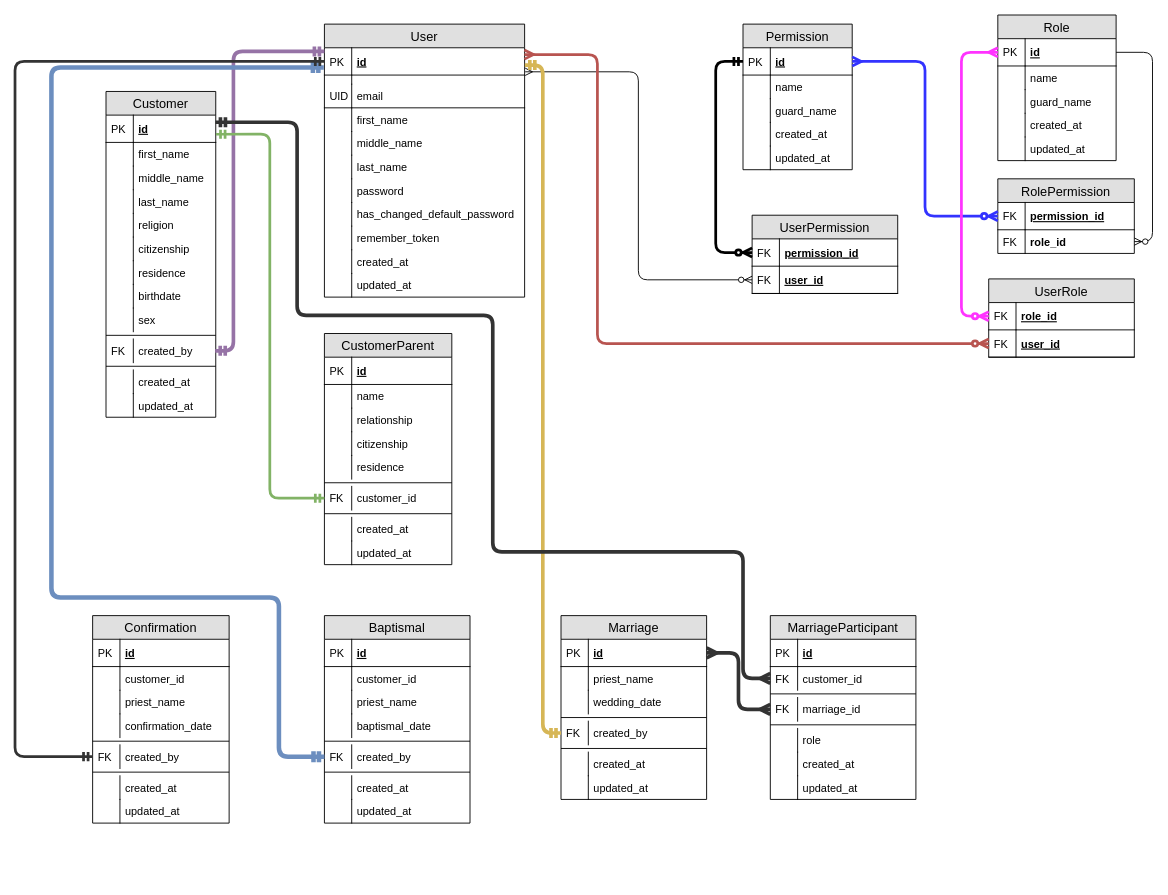
Before: Untitled Diagram.drawio in suicodave/CkParish, a draw.io diagram. Source tidied: cells renumbered, new cells numbered last; positions are measured from the earlier drawing's top-left corner, leaving out a move shared by most shapes. Both pictures are drawn from the tidied source at 91%, with x=0, y=0 at pixel (15, 15).
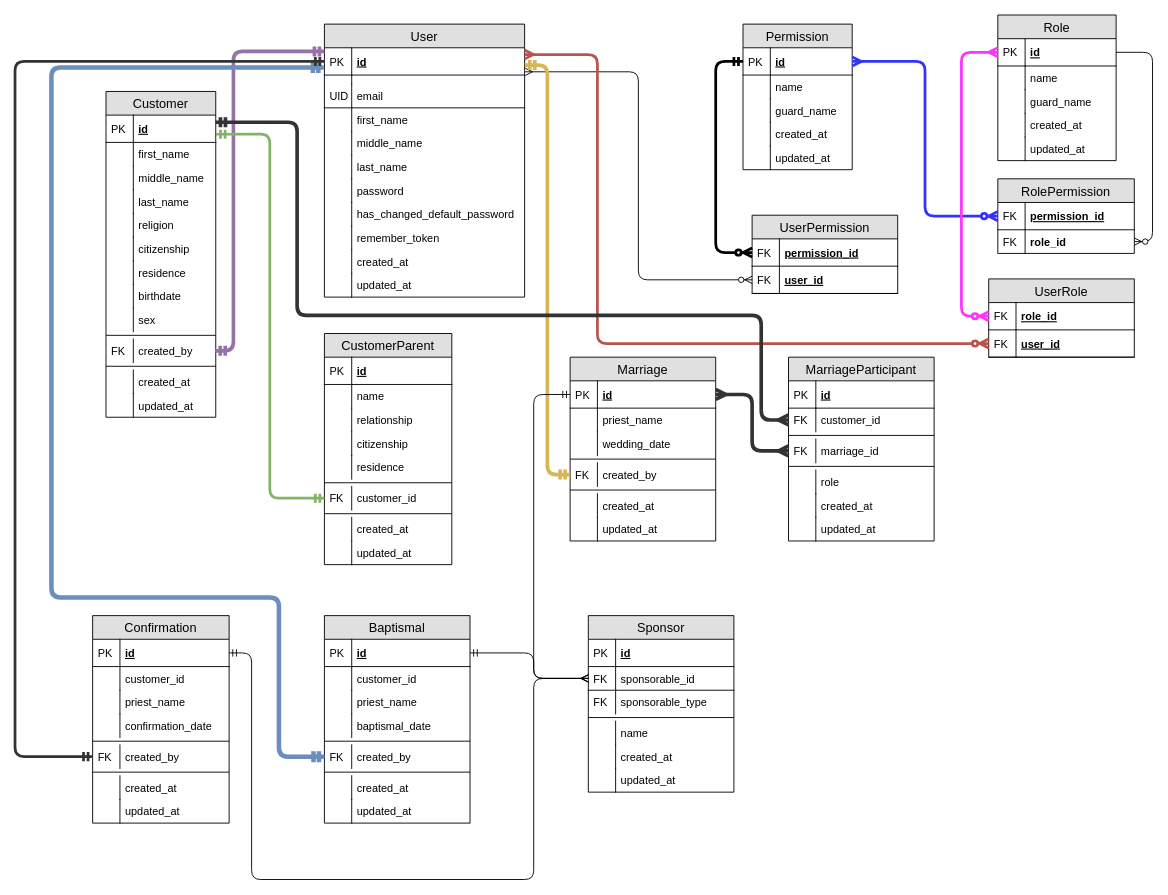
Above is the later version.

Commit message:
completed erd

The change refers to these unchanged cells:
```xml
<mxCell id="69" value="id" style="shape=partialRectangle;top=0;left=0;right=0;bottom=1;align=left;verticalAlign=middle;fillColor=none;spacingLeft=34;spacingRight=4;overflow=hidden;points=[[0,0.5],[1,0.5]];portConstraint=eastwest;fontStyle=5;fontSize=12;" parent="68" vertex="1">
  <mxGeometry y="26" width="120.6" height="30" as="geometry" />
</mxCell>
<mxCell id="117" value="id" style="shape=partialRectangle;top=0;left=0;right=0;bottom=1;align=left;verticalAlign=middle;fillColor=none;spacingLeft=34;spacingRight=4;overflow=hidden;points=[[0,0.5],[1,0.5]];portConstraint=eastwest;fontStyle=5;fontSize=12;" parent="116" vertex="1">
  <mxGeometry y="26" width="160" height="30" as="geometry" />
</mxCell>
<mxCell id="135" value="id" style="shape=partialRectangle;top=0;left=0;right=0;bottom=1;align=left;verticalAlign=middle;fillColor=none;spacingLeft=34;spacingRight=4;overflow=hidden;points=[[0,0.5],[1,0.5]];portConstraint=eastwest;fontStyle=5;fontSize=12;" parent="134" vertex="1">
  <mxGeometry y="26" width="150" height="30" as="geometry" />
</mxCell>
<mxCell id="153" value="id" style="shape=partialRectangle;top=0;left=0;right=0;bottom=1;align=left;verticalAlign=middle;fillColor=none;spacingLeft=34;spacingRight=4;overflow=hidden;points=[[0,0.5],[1,0.5]];portConstraint=eastwest;fontStyle=5;fontSize=12;" parent="152" vertex="1">
  <mxGeometry y="26" width="160" height="30" as="geometry" />
</mxCell>
<mxCell id="171" value="customer_id" style="shape=partialRectangle;top=0;left=0;right=0;bottom=0;align=left;verticalAlign=top;fillColor=none;spacingLeft=34;spacingRight=4;overflow=hidden;points=[[0,0.5],[1,0.5]];portConstraint=eastwest;fontSize=12;" parent="168" vertex="1">
  <mxGeometry y="56" width="160" height="26" as="geometry" />
</mxCell>
```

What changed in the source:
```diff
@@
     <mxCell id="152" value="Marriage" style="swimlane;fontStyle=0;horizontal=1;startSize=26;fillColor=#e0e0e0;swimlaneFillColor=#ffffff;align=center;fontSize=14;shadow=0;comic=0;strokeColor=#000000;strokeWidth=1;" parent="1" vertex="1">
-      <mxGeometry x="600" y="660" width="160" height="202" as="geometry" />
+      <mxGeometry x="610" y="376" width="160" height="202" as="geometry" />
     </mxCell>
@@
     <mxCell id="168" value="MarriageParticipant" style="swimlane;fontStyle=0;horizontal=1;startSize=26;fillColor=#e0e0e0;swimlaneFillColor=#ffffff;align=center;fontSize=14;shadow=0;comic=0;strokeColor=#000000;strokeWidth=1;" parent="1" vertex="1">
-      <mxGeometry x="830" y="660" width="160" height="202" as="geometry" />
+      <mxGeometry x="850" y="376" width="160" height="202" as="geometry" />
     </mxCell>
@@
     <mxCell id="184" style="edgeStyle=orthogonalEdgeStyle;rounded=1;jettySize=auto;html=1;exitX=0.997;exitY=0.26;exitDx=0;exitDy=0;startArrow=ERmandOne;startFill=0;endArrow=ERmany;endFill=0;strokeColor=#333333;strokeWidth=4;fontSize=9;exitPerimeter=0;" parent="1" edge="1" source="69" target="171">
       <mxGeometry relative="1" as="geometry">
         <Array as="points">
           <mxPoint x="310" y="118" />
           <mxPoint x="310" y="330" />
-          <mxPoint x="525" y="330" />
-          <mxPoint x="525" y="590" />
-          <mxPoint x="800" y="590" />
-          <mxPoint x="800" y="729" />
+          <mxPoint x="820" y="330" />
+          <mxPoint x="820" y="445" />
         </Array>
       </mxGeometry>
     </mxCell>
+    <mxCell id="185" value="Sponsor" style="swimlane;fontStyle=0;horizontal=1;startSize=26;fillColor=#e0e0e0;swimlaneFillColor=#ffffff;align=center;fontSize=14;shadow=0;comic=0;strokeColor=#000000;strokeWidth=1;" parent="1" vertex="1">
+      <mxGeometry x="630" y="660" width="160" height="194" as="geometry" />
+    </mxCell>
+    <mxCell id="186" value="id" style="shape=partialRectangle;top=0;left=0;right=0;bottom=1;align=left;verticalAlign=middle;fillColor=none;spacingLeft=34;spacingRight=4;overflow=hidden;fontStyle=5;fontSize=12;" parent="185" vertex="1">
+      <mxGeometry y="26" width="160" height="30" as="geometry" />
+    </mxCell>
+    <mxCell id="187" value="PK" style="shape=partialRectangle;top=0;left=0;bottom=0;fillColor=none;align=left;verticalAlign=middle;spacingLeft=4;spacingRight=4;overflow=hidden;fontSize=12;" parent="186" vertex="1">
+      <mxGeometry width="30" height="30" as="geometry" />
+    </mxCell>
+    <mxCell id="188" value="sponsorable_id" style="shape=partialRectangle;top=0;left=0;right=0;bottom=1;align=left;verticalAlign=top;fillColor=none;spacingLeft=34;spacingRight=4;overflow=hidden;points=[[0,0.5],[1,0.5]];portConstraint=eastwest;fontSize=12;" parent="185" vertex="1">
+      <mxGeometry y="56" width="160" height="26" as="geometry" />
+    </mxCell>
+    <mxCell id="189" value="FK" style="shape=partialRectangle;top=0;left=0;bottom=0;fillColor=none;align=left;verticalAlign=top;spacingLeft=4;spacingRight=4;overflow=hidden;fontSize=12;" parent="188" vertex="1">
+      <mxGeometry width="30" height="26" as="geometry" />
+    </mxCell>
+    <mxCell id="190" value="sponsorable_type" style="shape=partialRectangle;top=0;left=0;right=0;bottom=0;align=left;verticalAlign=top;fillColor=none;spacingLeft=34;spacingRight=4;overflow=hidden;fontSize=12;" parent="185" vertex="1">
+      <mxGeometry y="82" width="160" height="26" as="geometry" />
+    </mxCell>
+    <mxCell id="191" value="FK" style="shape=partialRectangle;top=0;left=0;bottom=0;fillColor=none;align=left;verticalAlign=top;spacingLeft=4;spacingRight=4;overflow=hidden;fontSize=12;" parent="190" vertex="1">
+      <mxGeometry width="30" height="26" as="geometry" />
+    </mxCell>
+    <mxCell id="192" style="line;strokeWidth=1;fillColor=none;align=left;verticalAlign=middle;spacingTop=-1;spacingLeft=3;spacingRight=3;labelPosition=right;fontSize=12;shadow=0;comic=0;" parent="185" vertex="1">
+      <mxGeometry y="108" width="160" height="8" as="geometry" />
+    </mxCell>
+    <mxCell id="193" value="name" style="shape=partialRectangle;top=0;left=0;right=0;bottom=0;align=left;verticalAlign=top;fillColor=none;spacingLeft=34;spacingRight=4;overflow=hidden;fontSize=12;" parent="185" vertex="1">
+      <mxGeometry y="116" width="160" height="26" as="geometry" />
+    </mxCell>
+    <mxCell id="194" style="shape=partialRectangle;top=0;left=0;bottom=0;fillColor=none;align=left;verticalAlign=top;spacingLeft=4;spacingRight=4;overflow=hidden;fontSize=12;" parent="193" vertex="1">
+      <mxGeometry width="30" height="26" as="geometry" />
+    </mxCell>
+    <mxCell id="195" value="created_at" style="shape=partialRectangle;top=0;left=0;right=0;bottom=0;align=left;verticalAlign=top;fillColor=none;spacingLeft=34;spacingRight=4;overflow=hidden;fontSize=12;" parent="185" vertex="1">
+      <mxGeometry y="142" width="160" height="26" as="geometry" />
+    </mxCell>
+    <mxCell id="196" style="shape=partialRectangle;top=0;left=0;bottom=0;fillColor=none;align=left;verticalAlign=top;spacingLeft=4;spacingRight=4;overflow=hidden;fontSize=12;" parent="195" vertex="1">
+      <mxGeometry width="30" height="26" as="geometry" />
+    </mxCell>
+    <mxCell id="197" value="updated_at" style="shape=partialRectangle;top=0;left=0;right=0;bottom=0;align=left;verticalAlign=top;fillColor=none;spacingLeft=34;spacingRight=4;overflow=hidden;fontSize=12;" parent="185" vertex="1">
+      <mxGeometry y="168" width="160" height="26" as="geometry" />
+    </mxCell>
+    <mxCell id="198" style="shape=partialRectangle;top=0;left=0;bottom=0;fillColor=none;align=left;verticalAlign=top;spacingLeft=4;spacingRight=4;overflow=hidden;fontSize=12;" parent="197" vertex="1">
+      <mxGeometry width="30" height="26" as="geometry" />
+    </mxCell>
+    <mxCell id="199" style="edgeStyle=orthogonalEdgeStyle;rounded=1;jettySize=auto;html=1;exitX=1;exitY=0.5;exitDx=0;exitDy=0;startArrow=ERmandOne;startFill=0;entryX=0;entryY=0.5;entryDx=0;entryDy=0;endArrow=ERmany;endFill=0;" parent="1" edge="1" source="117" target="188">
+      <mxGeometry relative="1" as="geometry">
+        <Array as="points">
+          <mxPoint x="570" y="701" />
+          <mxPoint x="570" y="729" />
+        </Array>
+      </mxGeometry>
+    </mxCell>
+    <mxCell id="200" style="edgeStyle=orthogonalEdgeStyle;rounded=1;jettySize=auto;html=1;exitX=1;exitY=0.5;exitDx=0;exitDy=0;entryX=0;entryY=0.5;entryDx=0;entryDy=0;startArrow=ERmandOne;startFill=0;endArrow=ERmany;endFill=0;" parent="1" edge="1" source="135" target="188">
+      <mxGeometry relative="1" as="geometry">
+        <Array as="points">
+          <mxPoint x="260" y="701" />
+          <mxPoint x="260" y="950" />
+          <mxPoint x="570" y="950" />
+          <mxPoint x="570" y="729" />
+        </Array>
+      </mxGeometry>
+    </mxCell>
+    <mxCell id="201" style="edgeStyle=orthogonalEdgeStyle;rounded=1;jettySize=auto;html=1;exitX=0;exitY=0.5;exitDx=0;exitDy=0;entryX=0;entryY=0.5;entryDx=0;entryDy=0;startArrow=ERmandOne;startFill=0;endArrow=ERmany;endFill=0;" parent="1" edge="1" source="153" target="188">
+      <mxGeometry relative="1" as="geometry">
+        <Array as="points">
+          <mxPoint x="570" y="417" />
+          <mxPoint x="570" y="729" />
+        </Array>
+      </mxGeometry>
+    </mxCell>
```
